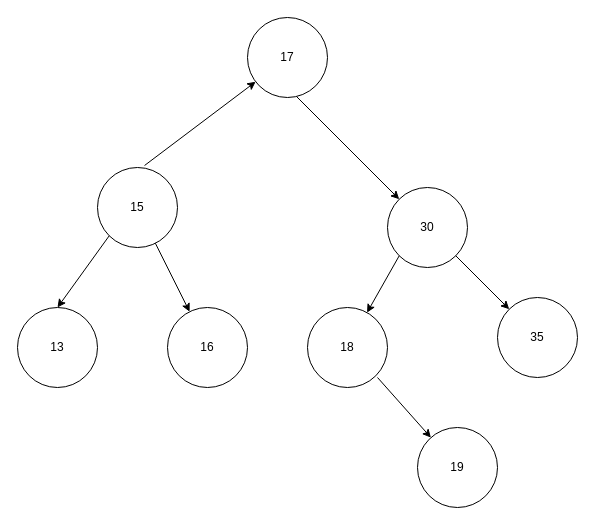
Before: page "Page-1" (1 of 2) of diagram/BinarySearchTree.drawio in mrthetkhine/Turing-DataStructureAlgorithm-Batch-2, a draw.io diagram. Source tidied: cells renumbered, new cells numbered last; positions are measured from the earlier drawing's top-left corner, leaving out a move shared by most shapes. Both pictures are drawn from the tidied source at 100%, with x=0, y=0 at pixel (17, 17).
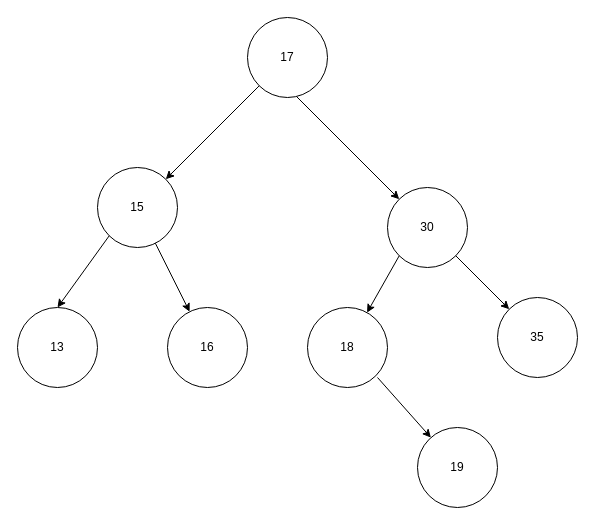
The same page after the edit.

Change to the diagram source:
```diff
@@
 <mxGraphModel>
   <root>
     <mxCell id="0" />
     <mxCell id="1" parent="0" />
     <mxCell id="2" value="15" style="ellipse;whiteSpace=wrap;html=1;" parent="1" vertex="1">
       <mxGeometry x="80" y="150" width="80" height="80" as="geometry" />
     </mxCell>
     <mxCell id="3" value="17" style="ellipse;whiteSpace=wrap;html=1;" parent="1" vertex="1">
       <mxGeometry x="230" width="80" height="80" as="geometry" />
     </mxCell>
     <mxCell id="4" value="30" style="ellipse;whiteSpace=wrap;html=1;" parent="1" vertex="1">
       <mxGeometry x="370" y="170" width="80" height="80" as="geometry" />
     </mxCell>
     <mxCell id="5" style="endArrow=classic;html=1;rounded=0;exitX=0;exitY=1;exitDx=0;exitDy=0;" parent="1" edge="1" source="2">
       <mxGeometry relative="1" as="geometry">
         <mxPoint x="40" y="290" as="targetPoint" />
       </mxGeometry>
     </mxCell>
-    <mxCell id="6" style="endArrow=classic;html=1;rounded=0;exitX=0.588;exitY=-0.025;exitDx=0;exitDy=0;exitPerimeter=0;" parent="1" edge="1" source="2" target="3">
+    <mxCell id="6" style="endArrow=classic;html=1;rounded=0;entryX=1;entryY=0;entryDx=0;entryDy=0;" parent="1" edge="1" source="3" target="2">
       <mxGeometry relative="1" as="geometry" />
     </mxCell>
     <mxCell id="7" style="endArrow=classic;html=1;rounded=0;exitX=0.613;exitY=0.988;exitDx=0;exitDy=0;exitPerimeter=0;" parent="1" edge="1" source="3" target="4">
       <mxGeometry relative="1" as="geometry" />
     </mxCell>
     <mxCell id="8" value="13" style="ellipse;whiteSpace=wrap;html=1;" parent="1" vertex="1">
       <mxGeometry y="290" width="80" height="80" as="geometry" />
     </mxCell>
     <mxCell id="9" value="16" style="ellipse;whiteSpace=wrap;html=1;" parent="1" vertex="1">
       <mxGeometry x="150" y="290" width="80" height="80" as="geometry" />
     </mxCell>
     <mxCell id="10" style="endArrow=classic;html=1;rounded=0;" parent="1" edge="1" source="2" target="9">
       <mxGeometry relative="1" as="geometry" />
     </mxCell>
     <mxCell id="11" value="18" style="ellipse;whiteSpace=wrap;html=1;" parent="1" vertex="1">
       <mxGeometry x="290" y="290" width="80" height="80" as="geometry" />
     </mxCell>
     <mxCell id="12" style="endArrow=classic;html=1;rounded=0;exitX=0;exitY=1;exitDx=0;exitDy=0;" parent="1" edge="1" source="4" target="11">
       <mxGeometry relative="1" as="geometry" />
     </mxCell>
     <mxCell id="13" value="19" style="ellipse;whiteSpace=wrap;html=1;" parent="1" vertex="1">
       <mxGeometry x="400" y="410" width="80" height="80" as="geometry" />
     </mxCell>
     <mxCell id="14" style="endArrow=classic;html=1;rounded=0;" parent="1" edge="1" target="13">
       <mxGeometry relative="1" as="geometry">
         <mxPoint x="360" y="360" as="sourcePoint" />
       </mxGeometry>
     </mxCell>
     <mxCell id="15" value="35" style="ellipse;whiteSpace=wrap;html=1;" parent="1" vertex="1">
       <mxGeometry x="480" y="280" width="80" height="80" as="geometry" />
     </mxCell>
     <mxCell id="16" style="endArrow=classic;html=1;rounded=0;" parent="1" edge="1" source="4" target="15">
       <mxGeometry relative="1" as="geometry" />
     </mxCell>
   </root>
 </mxGraphModel>
```
